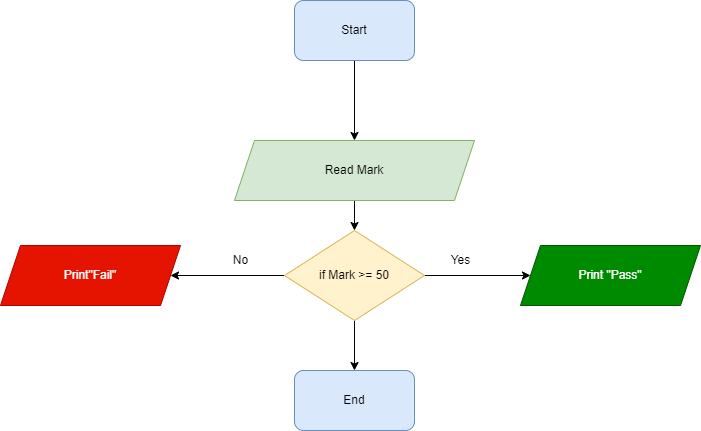
The draw.io diagram Mark.drawio.png in Mouhamed941/Algorithms-and-problem-solving-Level1, before a commit. Source tidied: cells renumbered, new cells last; positions are measured from the earlier drawing's top-left corner, leaving out a move shared by most shapes.
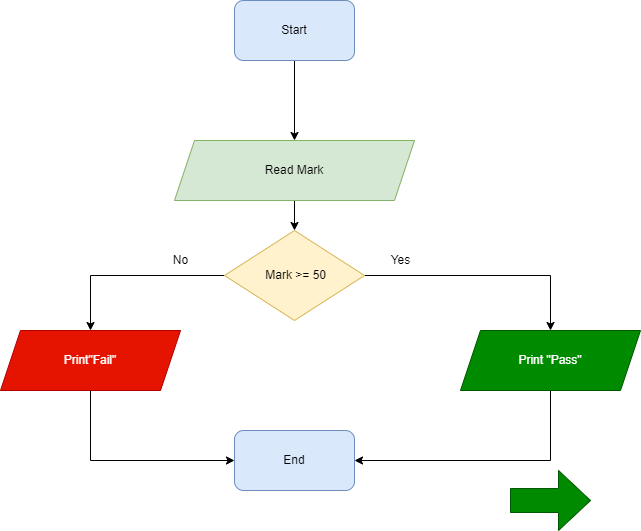
The same file after the commit.

Diff of the diagram source:
```diff
@@ -20,20 +20,24 @@
     <mxCell id="7" style="edgeStyle=orthogonalEdgeStyle;rounded=0;jettySize=auto;html=1;" parent="1" edge="1" source="9" target="11">
       <mxGeometry relative="1" as="geometry" />
     </mxCell>
-    <mxCell id="8" style="edgeStyle=orthogonalEdgeStyle;rounded=0;jettySize=auto;html=1;" parent="1" edge="1" source="9" target="12">
-      <mxGeometry relative="1" as="geometry" />
-    </mxCell>
-    <mxCell id="9" value="if Mark &amp;gt;= 50" style="rhombus;whiteSpace=wrap;html=1;fillColor=#fff2cc;strokeColor=#d6b656;" parent="1" vertex="1">
+    <mxCell id="9" value="&amp;nbsp;Mark &amp;gt;= 50" style="rhombus;whiteSpace=wrap;html=1;fillColor=#fff2cc;strokeColor=#d6b656;" parent="1" vertex="1">
       <mxGeometry x="284" y="230" width="140" height="90" as="geometry" />
     </mxCell>
+    <mxCell id="15" style="edgeStyle=orthogonalEdgeStyle;rounded=0;jettySize=auto;html=1;entryX=1;entryY=0.5;entryDx=0;entryDy=0;" parent="1" edge="1" source="10" target="12">
+      <mxGeometry relative="1" as="geometry">
+        <Array as="points">
+          <mxPoint x="610" y="460" />
+        </Array>
+      </mxGeometry>
+    </mxCell>
     <mxCell id="10" value="Print &quot;Pass&quot;" style="shape=parallelogram;perimeter=parallelogramPerimeter;whiteSpace=wrap;html=1;fixedSize=1;fillColor=#008a00;fontColor=#ffffff;strokeColor=#005700;" parent="1" vertex="1">
-      <mxGeometry x="520" y="245" width="180" height="60" as="geometry" />
+      <mxGeometry x="520" y="330" width="180" height="60" as="geometry" />
     </mxCell>
     <mxCell id="11" value="Print&quot;Fail&quot;" style="shape=parallelogram;perimeter=parallelogramPerimeter;whiteSpace=wrap;html=1;fixedSize=1;fillColor=#e51400;fontColor=#ffffff;strokeColor=#B20000;" parent="1" vertex="1">
-      <mxGeometry y="245" width="180" height="60" as="geometry" />
+      <mxGeometry x="60" y="330" width="180" height="60" as="geometry" />
     </mxCell>
     <mxCell id="12" value="End" style="rounded=1;whiteSpace=wrap;html=1;fillColor=#dae8fc;strokeColor=#6c8ebf;" parent="1" vertex="1">
-      <mxGeometry x="294" y="370" width="120" height="60" as="geometry" />
+      <mxGeometry x="294" y="430" width="120" height="60" as="geometry" />
     </mxCell>
     <mxCell id="13" value="Yes" style="text;html=1;align=center;verticalAlign=middle;strokeColor=none;fillColor=none;" parent="1" vertex="1">
       <mxGeometry x="440" y="245" width="40" height="30" as="geometry" />
@@ -41,5 +45,11 @@
     <mxCell id="14" value="No" style="text;html=1;align=center;verticalAlign=middle;strokeColor=none;fillColor=none;" parent="1" vertex="1">
       <mxGeometry x="220" y="245" width="40" height="30" as="geometry" />
     </mxCell>
+    <mxCell id="16" style="edgeStyle=orthogonalEdgeStyle;rounded=0;jettySize=auto;html=1;exitX=0.5;exitY=1;exitDx=0;exitDy=0;entryX=0;entryY=0.5;entryDx=0;entryDy=0;" parent="1" edge="1" source="11" target="12">
+      <mxGeometry relative="1" as="geometry" />
+    </mxCell>
+    <mxCell id="17" style="shape=singleArrow;whiteSpace=wrap;html=1;arrowWidth=0.4;arrowSize=0.4;fillColor=#008a00;strokeColor=#005700;fontColor=#ffffff;" parent="1" vertex="1">
+      <mxGeometry x="570" y="470" width="80" height="60" as="geometry" />
+    </mxCell>
   </root>
 </mxGraphModel>
```
